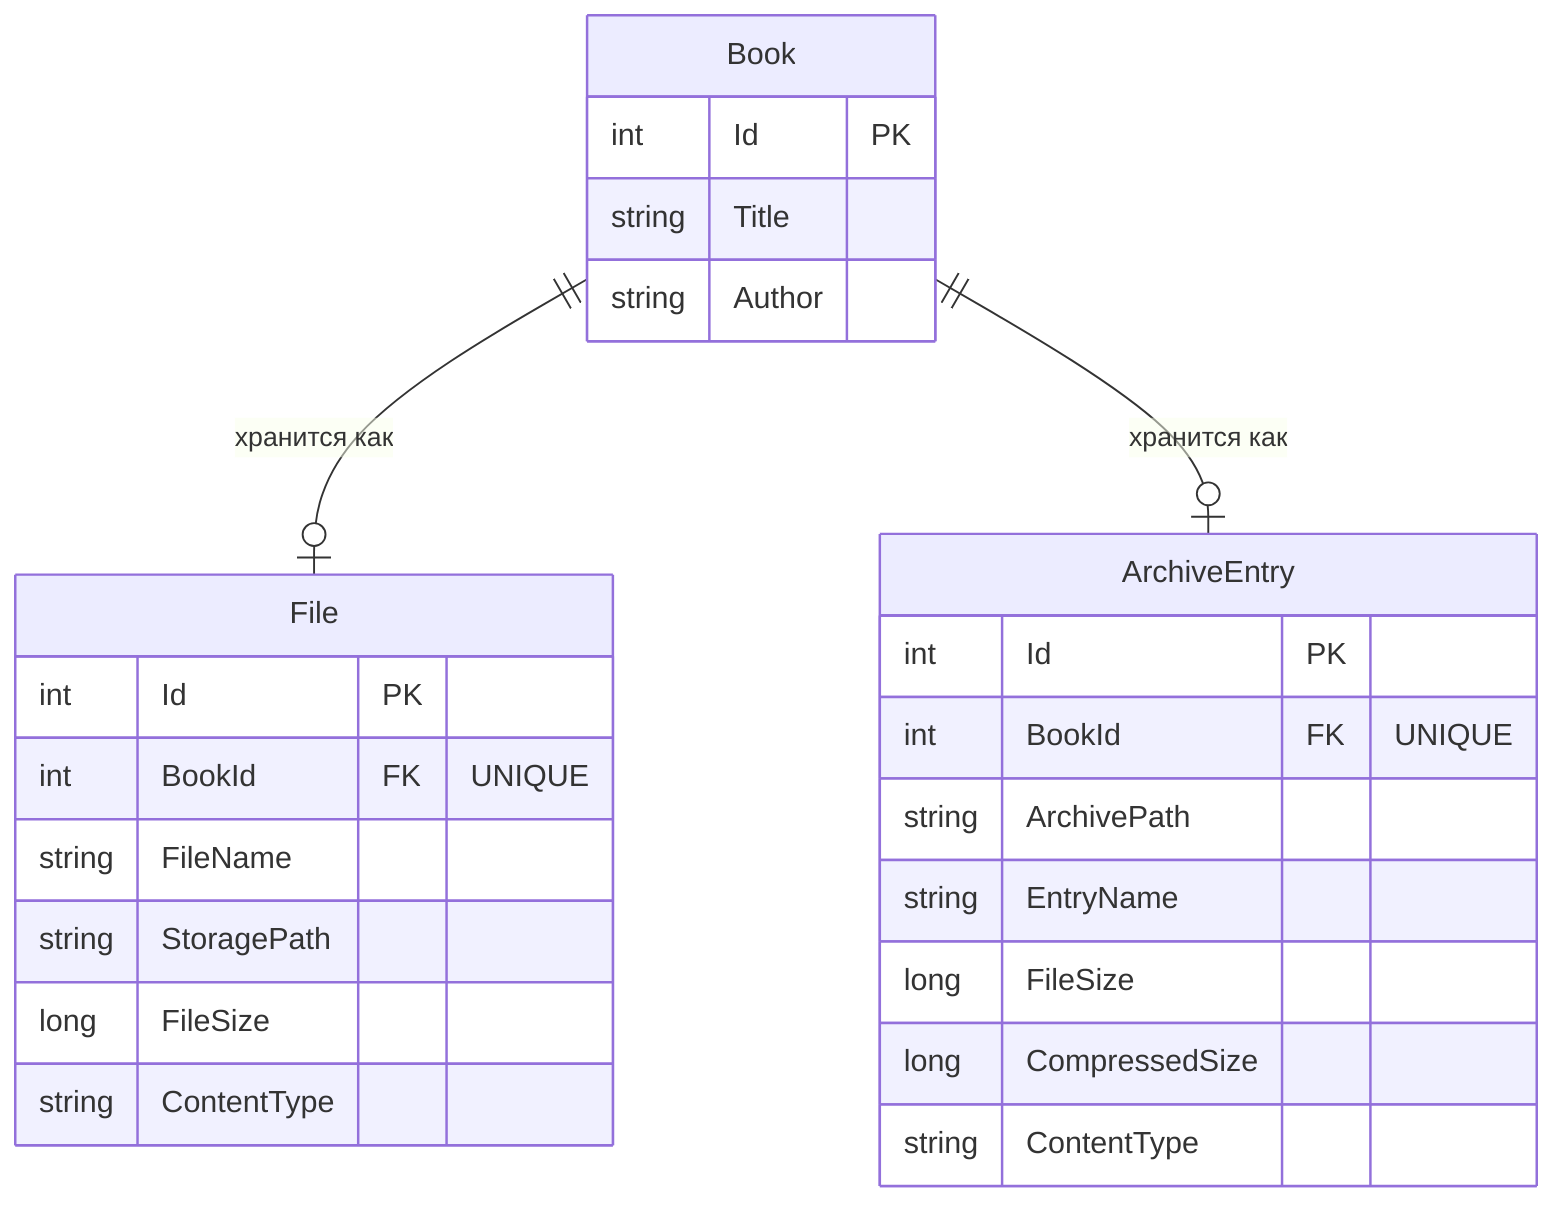
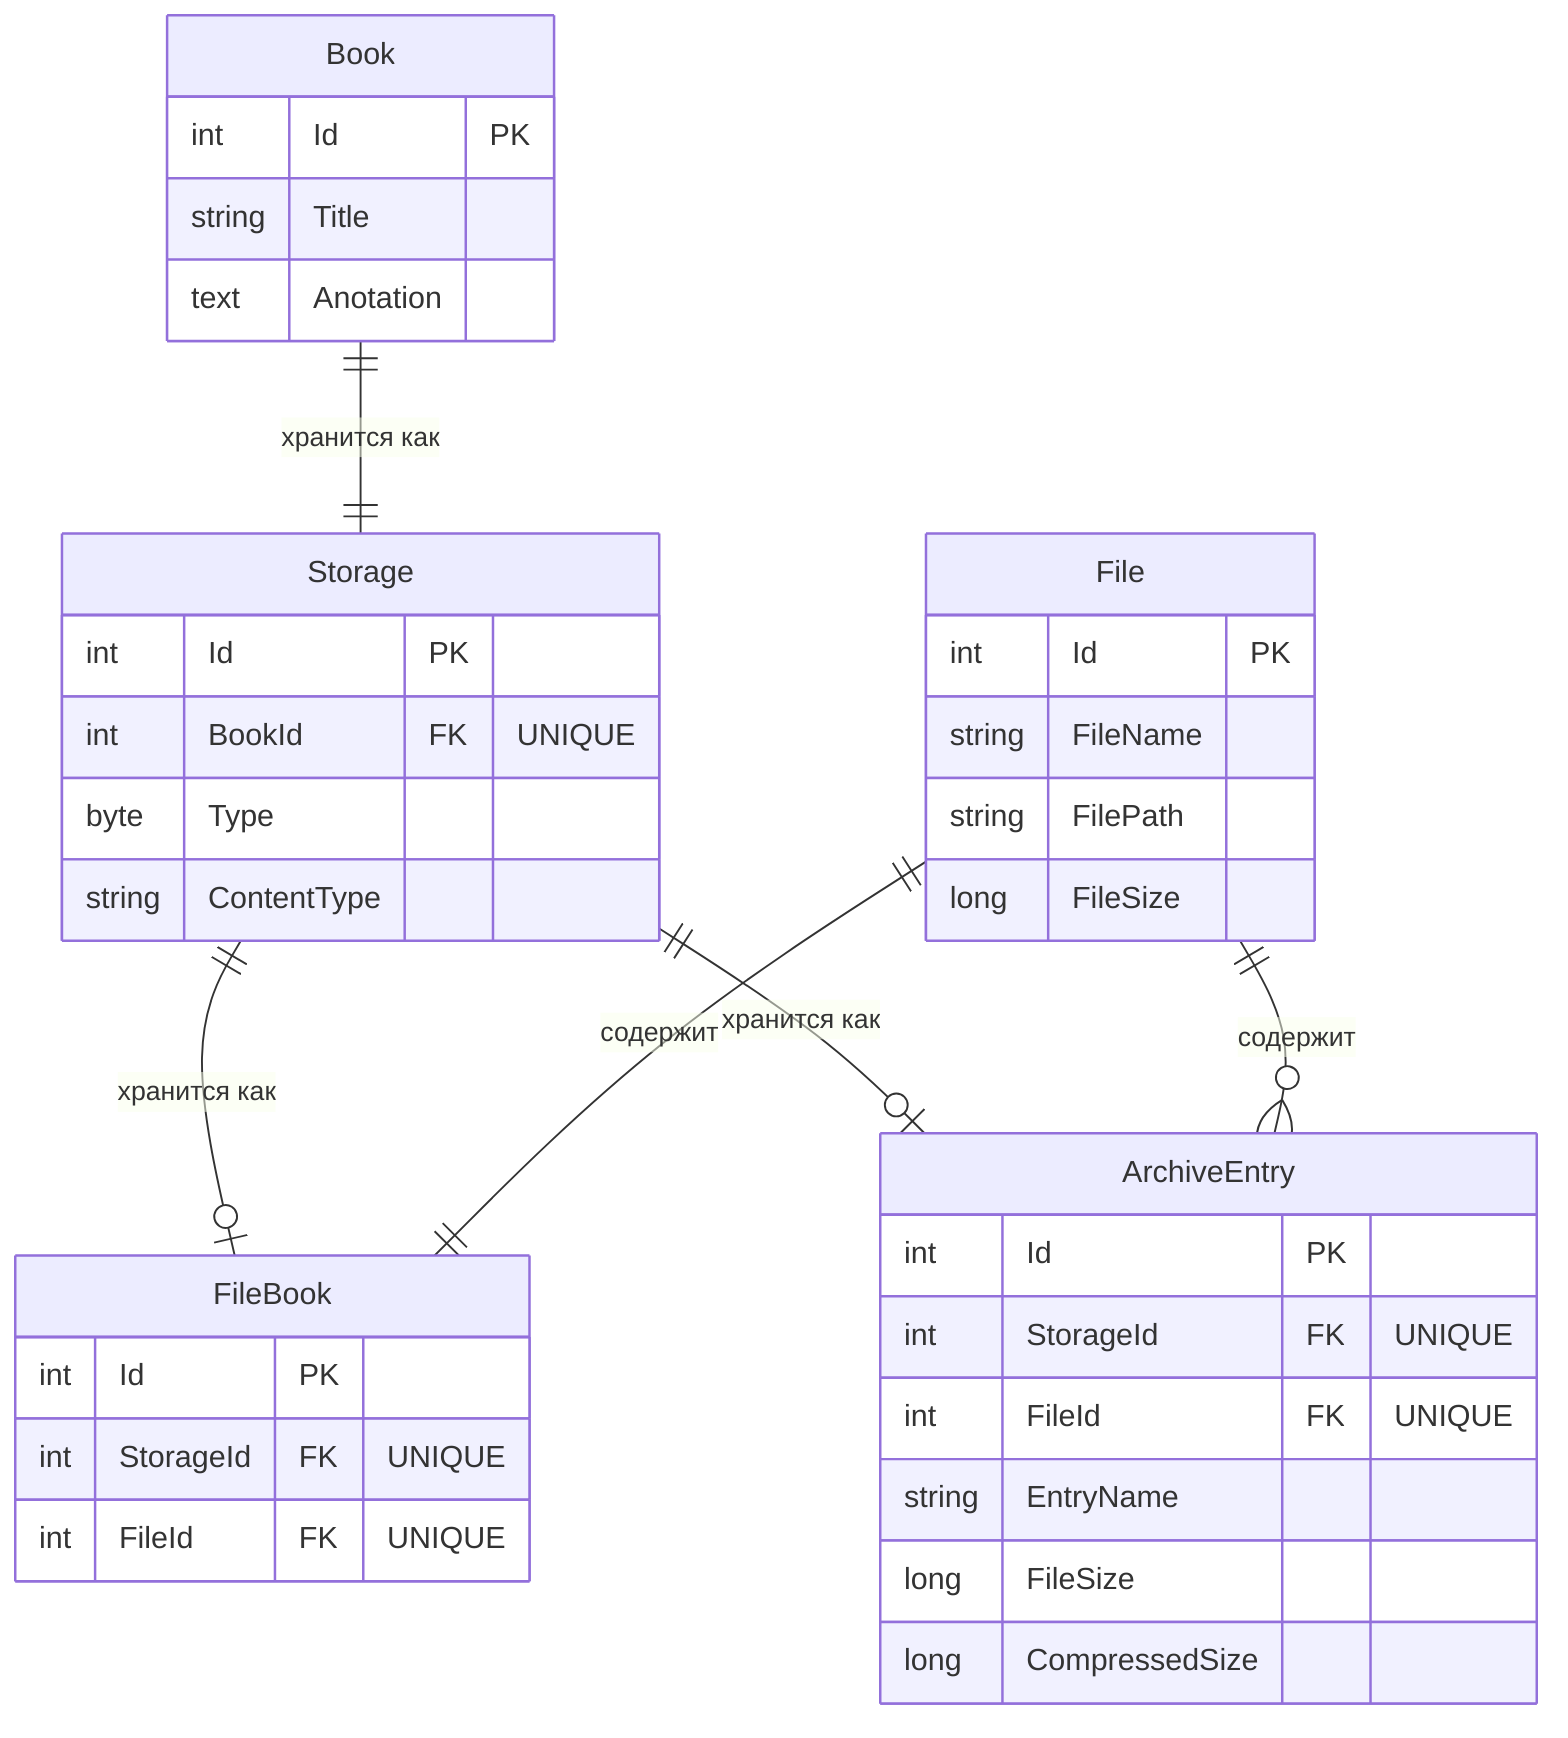
erDiagram
-     Book ||--o| File : "хранится как"
-     Book ||--o| ArchiveEntry : "хранится как"
+     Book ||--|| Storage : "хранится как"
+     Storage ||--o| FileBook : "хранится как"
+     Storage ||--o| ArchiveEntry : "хранится как"
+     File || --o{ ArchiveEntry : содержит
+     File || --|| FileBook : содержит

    Book {
        int Id PK
        string Title
-         string Author
+         text Anotation
    }

-     File {
+     Storage{
        int Id PK
        int BookId FK "UNIQUE"
-         string FileName
-         string StoragePath
-         long FileSize
+         byte Type
        string ContentType
+     }
+ 
+     FileBook {
+         int Id PK
+         int StorageId FK "UNIQUE"
+         int FileId FK "UNIQUE"
    }

    ArchiveEntry {
        int Id PK
-         int BookId FK "UNIQUE"
-         string ArchivePath
+         int StorageId FK "UNIQUE"
+         int FileId FK "UNIQUE"
        string EntryName
        long FileSize
        long CompressedSize
-         string ContentType
+     }
+ 
+     File{
+         int Id PK
+         string FileName
+         string FilePath
+         long FileSize
    }